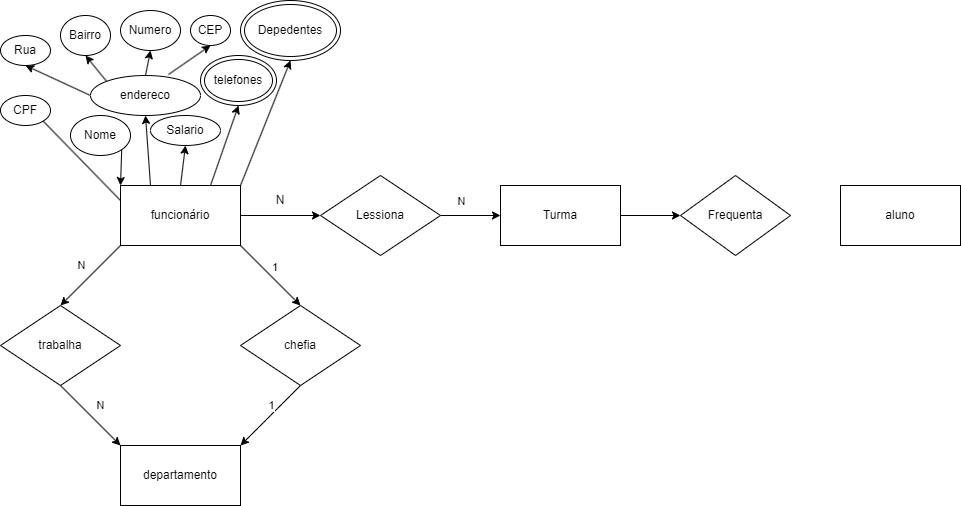
MurilohfMota/Diagramas keeps this draw.io diagram as Senac.png. Above is the earlier version. Source tidied: cells renumbered, new cells last; positions are measured from the earlier drawing's top-left corner, leaving out a move shared by most shapes.
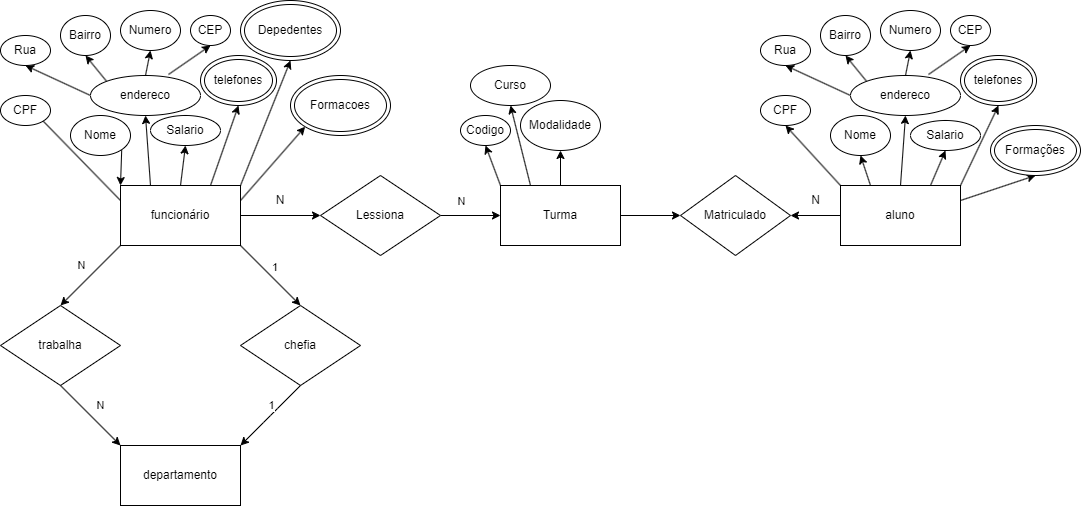
After the change.

What changed in the source:
```diff
@@ -17,9 +17,33 @@
     <mxCell id="6" style="edgeStyle=none;html=1;exitX=1;exitY=0.5;exitDx=0;exitDy=0;entryX=0;entryY=0.5;entryDx=0;entryDy=0;" parent="1" edge="1" source="7" target="37">
       <mxGeometry relative="1" as="geometry" />
     </mxCell>
+    <mxCell id="43" style="edgeStyle=none;html=1;exitX=1;exitY=0.25;exitDx=0;exitDy=0;entryX=0;entryY=1;entryDx=0;entryDy=0;rounded=1;" parent="1" edge="1" source="7" target="68">
+      <mxGeometry relative="1" as="geometry" />
+    </mxCell>
     <mxCell id="7" value="funcionário" style="rounded=0;whiteSpace=wrap;html=1;" parent="1" vertex="1">
       <mxGeometry x="120" y="185" width="120" height="60" as="geometry" />
     </mxCell>
+    <mxCell id="44" style="edgeStyle=none;html=1;exitX=0;exitY=0.5;exitDx=0;exitDy=0;entryX=1;entryY=0.5;entryDx=0;entryDy=0;" parent="1" edge="1" source="8" target="40">
+      <mxGeometry relative="1" as="geometry" />
+    </mxCell>
+    <mxCell id="45" style="edgeStyle=none;rounded=1;html=1;exitX=0.5;exitY=0;exitDx=0;exitDy=0;entryX=0.5;entryY=1;entryDx=0;entryDy=0;" parent="1" edge="1" source="8" target="61">
+      <mxGeometry relative="1" as="geometry" />
+    </mxCell>
+    <mxCell id="46" style="edgeStyle=none;rounded=1;html=1;exitX=0.75;exitY=0;exitDx=0;exitDy=0;entryX=0.5;entryY=1;entryDx=0;entryDy=0;" parent="1" edge="1" source="8" target="64">
+      <mxGeometry relative="1" as="geometry" />
+    </mxCell>
+    <mxCell id="47" style="edgeStyle=none;rounded=1;html=1;exitX=1;exitY=0;exitDx=0;exitDy=0;entryX=0.5;entryY=1;entryDx=0;entryDy=0;" parent="1" edge="1" source="8" target="65">
+      <mxGeometry relative="1" as="geometry" />
+    </mxCell>
+    <mxCell id="48" style="edgeStyle=none;rounded=1;html=1;exitX=0.25;exitY=0;exitDx=0;exitDy=0;entryX=0.5;entryY=1;entryDx=0;entryDy=0;" parent="1" edge="1" source="8" target="56">
+      <mxGeometry relative="1" as="geometry" />
+    </mxCell>
+    <mxCell id="49" style="edgeStyle=none;rounded=1;html=1;exitX=0;exitY=0;exitDx=0;exitDy=0;entryX=0.5;entryY=1;entryDx=0;entryDy=0;" parent="1" edge="1" source="8" target="55">
+      <mxGeometry relative="1" as="geometry" />
+    </mxCell>
+    <mxCell id="50" style="edgeStyle=none;rounded=1;html=1;exitX=1;exitY=0.25;exitDx=0;exitDy=0;entryX=0.5;entryY=1;entryDx=0;entryDy=0;" parent="1" edge="1" source="8" target="69">
+      <mxGeometry relative="1" as="geometry" />
+    </mxCell>
     <mxCell id="8" value="aluno" style="rounded=0;whiteSpace=wrap;html=1;" parent="1" vertex="1">
       <mxGeometry x="840" y="185" width="120" height="60" as="geometry" />
     </mxCell>
@@ -126,10 +150,19 @@
     <mxCell id="38" value="N" style="text;html=1;strokeColor=none;fillColor=none;align=center;verticalAlign=middle;whiteSpace=wrap;rounded=0;shadow=0;sketch=0;" parent="1" vertex="1">
       <mxGeometry x="270" y="195" width="20" height="10" as="geometry" />
     </mxCell>
+    <mxCell id="51" style="edgeStyle=none;rounded=1;html=1;exitX=0;exitY=0;exitDx=0;exitDy=0;entryX=0.5;entryY=1;entryDx=0;entryDy=0;" parent="1" edge="1" source="39" target="70">
+      <mxGeometry relative="1" as="geometry" />
+    </mxCell>
+    <mxCell id="52" style="edgeStyle=none;rounded=1;html=1;exitX=0.5;exitY=0;exitDx=0;exitDy=0;entryX=0.5;entryY=1;entryDx=0;entryDy=0;" parent="1" edge="1" source="39" target="72">
+      <mxGeometry relative="1" as="geometry" />
+    </mxCell>
+    <mxCell id="53" style="edgeStyle=none;rounded=1;html=1;exitX=0.25;exitY=0;exitDx=0;exitDy=0;entryX=0.5;entryY=1;entryDx=0;entryDy=0;" parent="1" edge="1" source="39" target="71">
+      <mxGeometry relative="1" as="geometry" />
+    </mxCell>
     <mxCell id="39" value="Turma" style="rounded=0;whiteSpace=wrap;html=1;" parent="1" vertex="1">
       <mxGeometry x="500" y="185" width="120" height="60" as="geometry" />
     </mxCell>
-    <mxCell id="40" value="Frequenta" style="rhombus;whiteSpace=wrap;html=1;" parent="1" vertex="1">
+    <mxCell id="40" value="Matriculado" style="rhombus;whiteSpace=wrap;html=1;" parent="1" vertex="1">
       <mxGeometry x="680" y="175" width="110" height="80" as="geometry" />
     </mxCell>
     <mxCell id="41" style="endArrow=classic;html=1;exitX=1;exitY=0.5;exitDx=0;exitDy=0;entryX=0;entryY=0.5;entryDx=0;entryDy=0;" parent="1" edge="1" source="39" target="40">
@@ -140,5 +173,62 @@
         <mxPoint x="-190" y="-15" as="offset" />
       </mxGeometry>
     </mxCell>
+    <mxCell id="54" value="N" style="text;html=1;align=center;verticalAlign=middle;strokeColor=none;fillColor=none;" parent="1" vertex="1">
+      <mxGeometry x="800" y="185" width="30" height="30" as="geometry" />
+    </mxCell>
+    <mxCell id="55" value="CPF" style="ellipse;whiteSpace=wrap;html=1;" parent="1" vertex="1">
+      <mxGeometry x="760" y="95" width="50" height="30" as="geometry" />
+    </mxCell>
+    <mxCell id="56" value="Nome" style="ellipse;whiteSpace=wrap;html=1;" parent="1" vertex="1">
+      <mxGeometry x="830" y="115" width="60" height="40" as="geometry" />
+    </mxCell>
+    <mxCell id="57" style="edgeStyle=none;html=1;exitX=0.709;exitY=-0.025;exitDx=0;exitDy=0;entryX=0.5;entryY=1;entryDx=0;entryDy=0;exitPerimeter=0;" parent="1" edge="1" source="61" target="62">
+      <mxGeometry relative="1" as="geometry" />
+    </mxCell>
+    <mxCell id="58" style="edgeStyle=none;html=1;exitX=0;exitY=0.5;exitDx=0;exitDy=0;entryX=0.5;entryY=1;entryDx=0;entryDy=0;" parent="1" edge="1" source="61" target="63">
+      <mxGeometry relative="1" as="geometry" />
+    </mxCell>
+    <mxCell id="59" style="edgeStyle=none;html=1;exitX=0;exitY=0;exitDx=0;exitDy=0;entryX=0.5;entryY=1;entryDx=0;entryDy=0;" parent="1" edge="1" source="61" target="66">
+      <mxGeometry relative="1" as="geometry" />
+    </mxCell>
+    <mxCell id="60" style="edgeStyle=none;html=1;exitX=0.5;exitY=0;exitDx=0;exitDy=0;entryX=0.5;entryY=1;entryDx=0;entryDy=0;" parent="1" edge="1" source="61" target="67">
+      <mxGeometry relative="1" as="geometry" />
+    </mxCell>
+    <mxCell id="61" value="endereco" style="ellipse;whiteSpace=wrap;html=1;" parent="1" vertex="1">
+      <mxGeometry x="850" y="75" width="110" height="40" as="geometry" />
+    </mxCell>
+    <mxCell id="62" value="CEP" style="ellipse;whiteSpace=wrap;html=1;" parent="1" vertex="1">
+      <mxGeometry x="950" y="15" width="40" height="30" as="geometry" />
+    </mxCell>
+    <mxCell id="63" value="Rua" style="ellipse;whiteSpace=wrap;html=1;" parent="1" vertex="1">
+      <mxGeometry x="760" y="35" width="50" height="30" as="geometry" />
+    </mxCell>
+    <mxCell id="64" value="Salario" style="ellipse;whiteSpace=wrap;html=1;" parent="1" vertex="1">
+      <mxGeometry x="910" y="120" width="70" height="30" as="geometry" />
+    </mxCell>
+    <mxCell id="65" value="telefones" style="ellipse;shape=doubleEllipse;whiteSpace=wrap;html=1;shadow=0;sketch=0;" parent="1" vertex="1">
+      <mxGeometry x="960" y="55" width="76" height="50" as="geometry" />
+    </mxCell>
+    <mxCell id="66" value="Bairro" style="ellipse;whiteSpace=wrap;html=1;shadow=0;sketch=0;" parent="1" vertex="1">
+      <mxGeometry x="820" y="15" width="50" height="40" as="geometry" />
+    </mxCell>
+    <mxCell id="67" value="Numero" style="ellipse;whiteSpace=wrap;html=1;shadow=0;sketch=0;" parent="1" vertex="1">
+      <mxGeometry x="880" y="10" width="60" height="40" as="geometry" />
+    </mxCell>
+    <mxCell id="68" value="Formacoes" style="ellipse;shape=doubleEllipse;whiteSpace=wrap;html=1;" parent="1" vertex="1">
+      <mxGeometry x="290" y="75" width="100" height="60" as="geometry" />
+    </mxCell>
+    <mxCell id="69" value="Formações" style="ellipse;shape=doubleEllipse;whiteSpace=wrap;html=1;" parent="1" vertex="1">
+      <mxGeometry x="990" y="125" width="90" height="50" as="geometry" />
+    </mxCell>
+    <mxCell id="70" value="Codigo" style="ellipse;whiteSpace=wrap;html=1;" parent="1" vertex="1">
+      <mxGeometry x="460" y="115" width="50" height="30" as="geometry" />
+    </mxCell>
+    <mxCell id="71" value="Curso" style="ellipse;whiteSpace=wrap;html=1;" parent="1" vertex="1">
+      <mxGeometry x="470" y="65" width="80" height="40" as="geometry" />
+    </mxCell>
+    <mxCell id="72" value="Modalidade" style="ellipse;whiteSpace=wrap;html=1;" parent="1" vertex="1">
+      <mxGeometry x="520" y="100" width="80" height="50" as="geometry" />
+    </mxCell>
   </root>
 </mxGraphModel>
```
